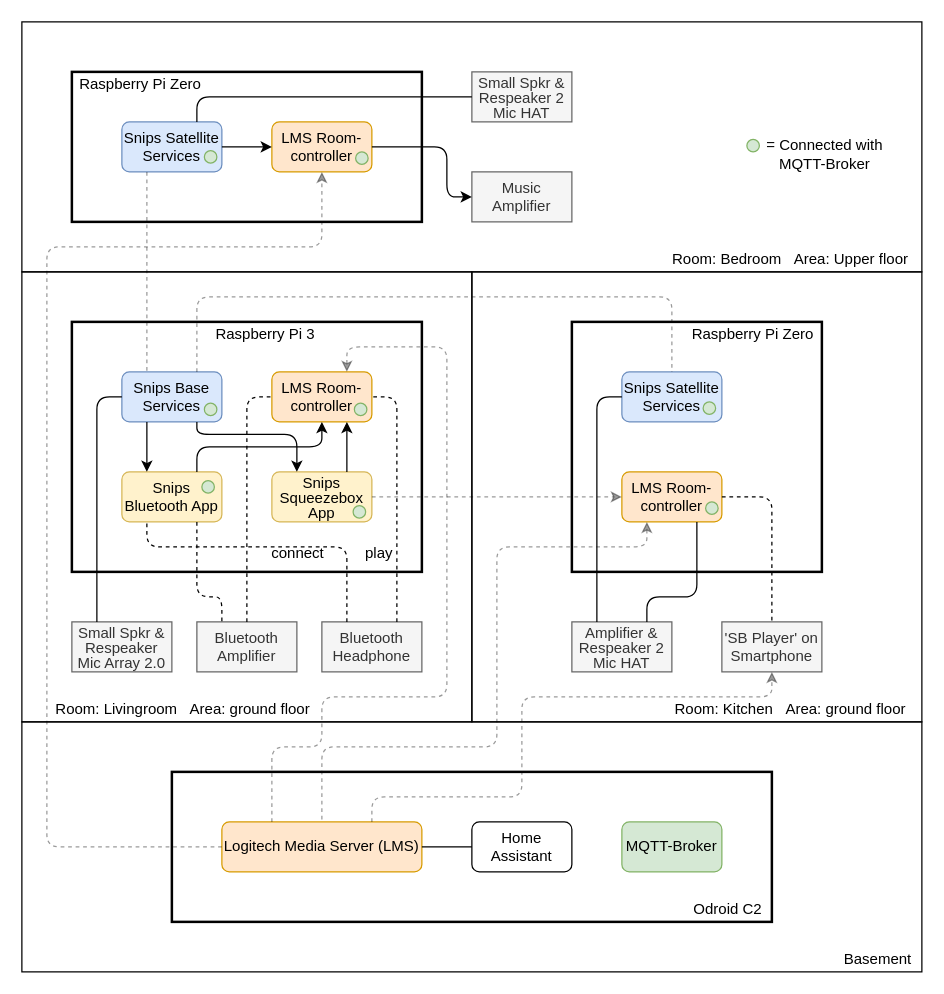
Earlier version of the draw.io diagram resources/Device Setup.drawio (dominiczedler/Snips-Squeezebox). Source tidied: cells renumbered, new cells numbered last; positions are measured from the earlier drawing's top-left corner, leaving out a move shared by most shapes. Both pictures are drawn from the tidied source at 125%, with x=0, y=0 at pixel (21, 21).
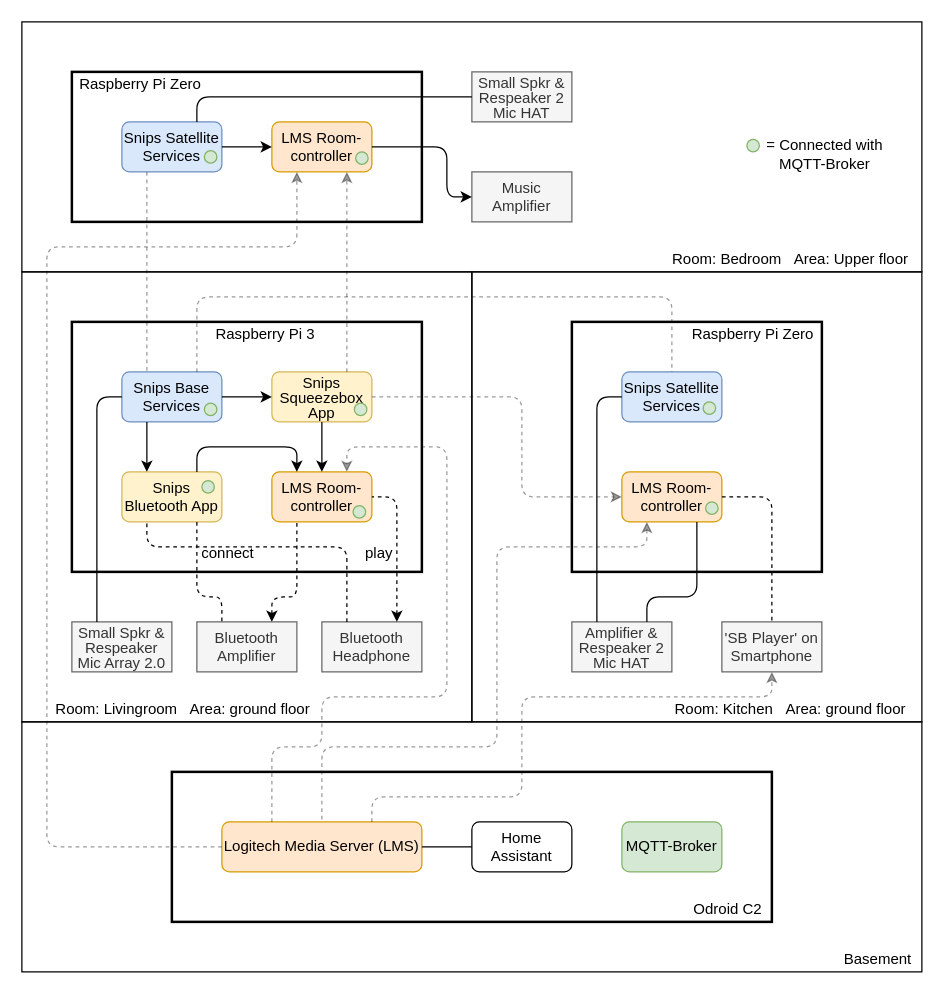
Above is the later version.

The change refers to these unchanged cells:
```xml
<mxCell id="12" value="Snips Base Services" style="rounded=1;whiteSpace=wrap;html=1;fillColor=#dae8fc;strokeColor=#6c8ebf;" parent="1" vertex="1">
  <mxGeometry x="80" y="280" width="80" height="40" as="geometry" />
</mxCell>
<mxCell id="17" value="Logitech Media Server (LMS)" style="rounded=1;whiteSpace=wrap;html=1;fillColor=#ffe6cc;strokeColor=#d79b00;" parent="1" vertex="1">
  <mxGeometry x="160" y="640" width="160" height="40" as="geometry" />
</mxCell>
<mxCell id="21" value="Bluetooth Amplifier" style="rounded=0;whiteSpace=wrap;html=1;fillColor=#f5f5f5;strokeColor=#666666;fontColor=#333333;" parent="1" vertex="1">
  <mxGeometry x="140" y="480" width="80" height="40" as="geometry" />
</mxCell>
<mxCell id="22" value="Bluetooth Headphone" style="rounded=0;whiteSpace=wrap;html=1;fillColor=#f5f5f5;strokeColor=#666666;fontColor=#333333;" parent="1" vertex="1">
  <mxGeometry x="240" y="480" width="80" height="40" as="geometry" />
</mxCell>
<mxCell id="25" value="Snips Bluetooth App" style="rounded=1;whiteSpace=wrap;html=1;fillColor=#fff2cc;strokeColor=#d6b656;" parent="1" vertex="1">
  <mxGeometry x="80" y="360" width="80" height="40" as="geometry" />
</mxCell>
<mxCell id="41" value="LMS Room-controller" style="rounded=1;whiteSpace=wrap;html=1;fillColor=#ffe6cc;strokeColor=#d79b00;" parent="1" vertex="1">
  <mxGeometry x="480" y="360" width="80" height="40" as="geometry" />
</mxCell>
<mxCell id="59" value="LMS Room-controller" style="rounded=1;whiteSpace=wrap;html=1;fillColor=#ffe6cc;strokeColor=#d79b00;" parent="1" vertex="1">
  <mxGeometry x="200" y="80" width="80" height="40" as="geometry" />
</mxCell>
```

The edit, as a diff of the source:
```diff
@@
     <mxCell id="23" value="LMS Room-controller" style="rounded=1;whiteSpace=wrap;html=1;fillColor=#ffe6cc;strokeColor=#d79b00;" parent="1" vertex="1">
-      <mxGeometry x="200" y="280" width="80" height="40" as="geometry" />
+      <mxGeometry x="200" y="360" width="80" height="40" as="geometry" />
     </mxCell>
     <mxCell id="24" value="&lt;p style=&quot;line-height: 100%&quot;&gt;Snips Squeezebox App&lt;/p&gt;" style="rounded=1;whiteSpace=wrap;html=1;fillColor=#fff2cc;strokeColor=#d6b656;" parent="1" vertex="1">
-      <mxGeometry x="200" y="360" width="80" height="40" as="geometry" />
+      <mxGeometry x="200" y="280" width="80" height="40" as="geometry" />
     </mxCell>
@@
-    <mxCell id="26" style="endArrow=classic;html=1;entryX=0.75;entryY=1;entryDx=0;entryDy=0;exitX=0.75;exitY=0;exitDx=0;exitDy=0;endFill=1;" parent="1" edge="1" source="24" target="23">
+    <mxCell id="26" style="endArrow=classic;html=1;endFill=1;exitX=0.5;exitY=1;exitDx=0;exitDy=0;entryX=0.5;entryY=0;entryDx=0;entryDy=0;" parent="1" edge="1" source="24" target="23">
       <mxGeometry relative="1" as="geometry" />
     </mxCell>
@@
-    <mxCell id="28" style="endArrow=classic;html=1;exitX=0.75;exitY=1;exitDx=0;exitDy=0;entryX=0.25;entryY=0;entryDx=0;entryDy=0;endFill=1;" parent="1" edge="1" source="12" target="24">
+    <mxCell id="28" style="endArrow=classic;html=1;exitX=1;exitY=0.5;exitDx=0;exitDy=0;endFill=1;entryX=0;entryY=0.5;entryDx=0;entryDy=0;" parent="1" edge="1" source="12" target="24">
       <mxGeometry relative="1" as="geometry">
         <Array as="points">
-          <mxPoint x="140" y="330" />
-          <mxPoint x="220" y="330" />
+          <mxPoint x="180" y="300" />
+          <mxPoint x="190" y="300" />
         </Array>
       </mxGeometry>
     </mxCell>
-    <mxCell id="29" style="endArrow=none;dashed=1;html=1;entryX=0;entryY=0.5;entryDx=0;entryDy=0;exitX=0.5;exitY=0;exitDx=0;exitDy=0;" parent="1" edge="1" source="21" target="23">
+    <mxCell id="29" style="endArrow=none;dashed=1;html=1;entryX=0.25;entryY=1;entryDx=0;entryDy=0;exitX=0.75;exitY=0;exitDx=0;exitDy=0;endFill=0;startArrow=classic;startFill=1;" parent="1" edge="1" source="21" target="23">
       <mxGeometry relative="1" as="geometry">
         <Array as="points">
-          <mxPoint x="180" y="300" />
+          <mxPoint x="200" y="460" />
+          <mxPoint x="220" y="460" />
         </Array>
       </mxGeometry>
     </mxCell>
-    <mxCell id="30" style="endArrow=none;dashed=1;html=1;entryX=1;entryY=0.5;entryDx=0;entryDy=0;exitX=0.75;exitY=0;exitDx=0;exitDy=0;" parent="1" edge="1" source="22" target="23">
+    <mxCell id="30" style="endArrow=none;dashed=1;html=1;entryX=1;entryY=0.5;entryDx=0;entryDy=0;exitX=0.75;exitY=0;exitDx=0;exitDy=0;endFill=0;startArrow=classic;startFill=1;" parent="1" edge="1" source="22" target="23">
       <mxGeometry relative="1" as="geometry">
         <Array as="points">
-          <mxPoint x="300" y="300" />
+          <mxPoint x="300" y="380" />
         </Array>
       </mxGeometry>
     </mxCell>
@@
-    <mxCell id="33" style="endArrow=none;html=1;exitX=0.5;exitY=1;exitDx=0;exitDy=0;entryX=0.75;entryY=0;entryDx=0;entryDy=0;endFill=0;startArrow=classic;startFill=1;" parent="1" edge="1" source="23" target="25">
+    <mxCell id="33" style="endArrow=none;html=1;exitX=0.25;exitY=0;exitDx=0;exitDy=0;entryX=0.75;entryY=0;entryDx=0;entryDy=0;endFill=0;startArrow=classic;startFill=1;" parent="1" edge="1" source="23" target="25">
       <mxGeometry relative="1" as="geometry">
         <Array as="points">
-          <mxPoint x="240" y="340" />
+          <mxPoint x="220" y="340" />
           <mxPoint x="180" y="340" />
           <mxPoint x="140" y="340" />
         </Array>
       </mxGeometry>
     </mxCell>
     <mxCell id="34" value="connect" style="text;html=1;strokeColor=none;fillColor=none;align=center;verticalAlign=middle;whiteSpace=wrap;rounded=0;" parent="1" vertex="1">
-      <mxGeometry x="196" y="420" width="50" height="10" as="geometry" />
+      <mxGeometry x="140" y="420" width="50" height="10" as="geometry" />
     </mxCell>
@@
-    <mxCell id="36" style="endArrow=classic;dashed=1;html=1;entryX=0.75;entryY=0;entryDx=0;entryDy=0;exitX=0.25;exitY=0;exitDx=0;exitDy=0;opacity=40;endFill=1;" parent="1" edge="1" source="17" target="23">
+    <mxCell id="36" style="endArrow=classic;dashed=1;html=1;exitX=0.25;exitY=0;exitDx=0;exitDy=0;opacity=40;endFill=1;entryX=0.75;entryY=0;entryDx=0;entryDy=0;" parent="1" edge="1" source="17" target="23">
       <mxGeometry relative="1" as="geometry">
         <Array as="points">
           <mxPoint x="200" y="580" />
           <mxPoint x="240" y="580" />
           <mxPoint x="240" y="540" />
           <mxPoint x="340" y="540" />
-          <mxPoint x="340" y="260" />
-          <mxPoint x="260" y="260" />
+          <mxPoint x="340" y="340" />
+          <mxPoint x="260" y="340" />
         </Array>
       </mxGeometry>
     </mxCell>
@@
     <mxCell id="42" style="endArrow=classic;dashed=1;html=1;opacity=40;exitX=1;exitY=0.5;exitDx=0;exitDy=0;entryX=0;entryY=0.5;entryDx=0;entryDy=0;endFill=1;" parent="1" edge="1" source="24" target="41">
-      <mxGeometry relative="1" as="geometry" />
+      <mxGeometry relative="1" as="geometry">
+        <Array as="points">
+          <mxPoint x="400" y="300" />
+          <mxPoint x="400" y="380" />
+        </Array>
+      </mxGeometry>
     </mxCell>
@@
-    <mxCell id="62" style="endArrow=classic;dashed=1;html=1;opacity=40;entryX=0.5;entryY=1;entryDx=0;entryDy=0;exitX=0;exitY=0.5;exitDx=0;exitDy=0;endFill=1;" parent="1" edge="1" source="17" target="59">
+    <mxCell id="62" style="endArrow=classic;dashed=1;html=1;opacity=40;entryX=0.25;entryY=1;entryDx=0;entryDy=0;exitX=0;exitY=0.5;exitDx=0;exitDy=0;endFill=1;" parent="1" edge="1" source="17" target="59">
       <mxGeometry relative="1" as="geometry">
         <Array as="points">
           <mxPoint x="20" y="660" />
           <mxPoint x="20" y="180" />
-          <mxPoint x="240" y="180" />
+          <mxPoint x="220" y="180" />
         </Array>
       </mxGeometry>
     </mxCell>
@@
+    <mxCell id="71" style="endArrow=classic;dashed=1;html=1;exitX=0.75;exitY=0;exitDx=0;exitDy=0;entryX=0.75;entryY=1;entryDx=0;entryDy=0;opacity=40;endFill=1;" parent="1" edge="1" source="24" target="59">
+      <mxGeometry relative="1" as="geometry" />
+    </mxCell>
```
